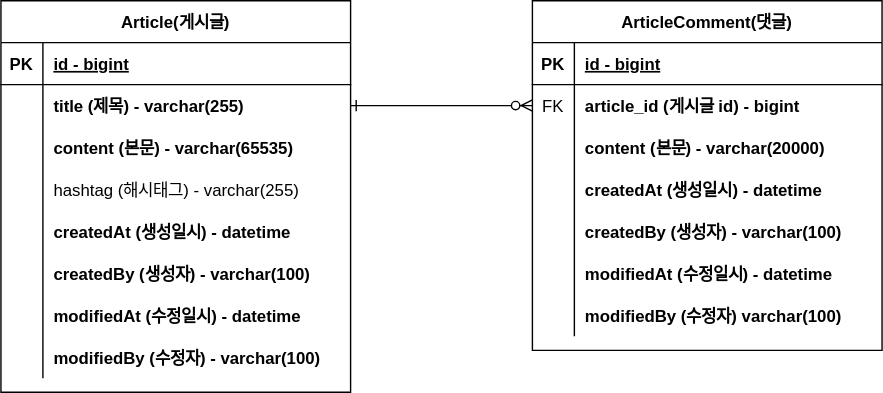
This is document/project-board-erd.svg from parkgyoengjun/Myproject-board, a draw.io export, as it was before one commit. Source tidied: cells renumbered, new cells last; positions are measured from the earlier drawing's top-left corner, leaving out a move shared by most shapes.
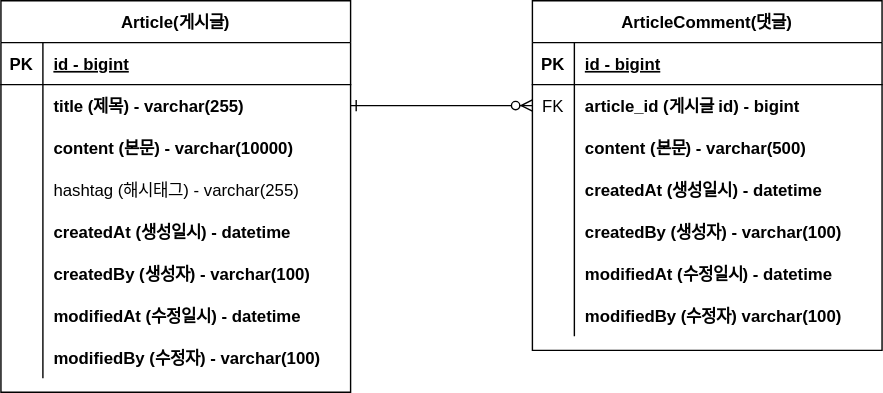
The same file after the commit.

Commit message:
#7 - erd 업데이트 : content 사이즈변경

Diff of the diagram source:
```diff
@@ -32,7 +32,7 @@
     <mxCell id="11" style="shape=partialRectangle;overflow=hidden;fillColor=none;top=0;left=0;bottom=0;right=0;" parent="10" vertex="1">
       <mxGeometry width="30" height="30" as="geometry" />
     </mxCell>
-    <mxCell id="12" value="content (본문) - varchar(20000)" style="shape=partialRectangle;overflow=hidden;fillColor=none;top=0;left=0;bottom=0;right=0;align=left;spacingLeft=6;fontStyle=1;" parent="10" vertex="1">
+    <mxCell id="12" value="content (본문) - varchar(500)" style="shape=partialRectangle;overflow=hidden;fillColor=none;top=0;left=0;bottom=0;right=0;align=left;spacingLeft=6;fontStyle=1;" parent="10" vertex="1">
       <mxGeometry x="30" width="220" height="30" as="geometry" />
     </mxCell>
     <mxCell id="13" style="shape=partialRectangle;fillColor=none;top=0;left=0;right=0;bottom=0;" parent="3" vertex="1">
@@ -98,7 +98,7 @@
     <mxCell id="33" style="shape=partialRectangle;overflow=hidden;fillColor=none;top=0;left=0;bottom=0;right=0;" parent="32" vertex="1">
       <mxGeometry width="30" height="30" as="geometry" />
     </mxCell>
-    <mxCell id="34" value="content (본문) - varchar(65535)" style="shape=partialRectangle;overflow=hidden;fillColor=none;top=0;left=0;bottom=0;right=0;align=left;spacingLeft=6;fontStyle=1;" parent="32" vertex="1">
+    <mxCell id="34" value="content (본문) - varchar(10000)" style="shape=partialRectangle;overflow=hidden;fillColor=none;top=0;left=0;bottom=0;right=0;align=left;spacingLeft=6;fontStyle=1;" parent="32" vertex="1">
       <mxGeometry x="30" width="220" height="30" as="geometry" />
     </mxCell>
     <mxCell id="35" style="shape=partialRectangle;fillColor=none;top=0;left=0;right=0;bottom=0;" parent="25" vertex="1">
```
